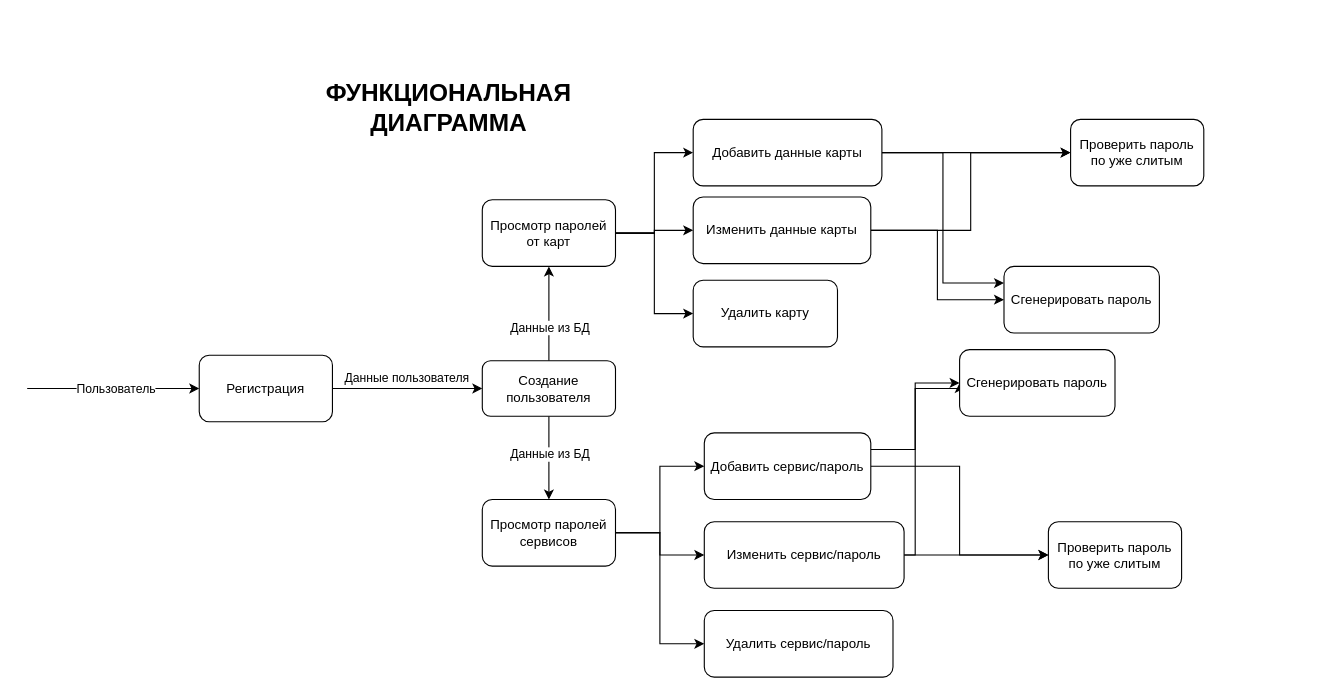
Above: функциональная.drawio in 4aRm5/password_manager_app (draw.io), before the change. Source tidied: cells renumbered, new cells numbered last; positions are measured from the earlier drawing's top-left corner, leaving out a move shared by most shapes. Both pictures are drawn from the tidied source at 111%, with x=0, y=0 at pixel (27, 19).
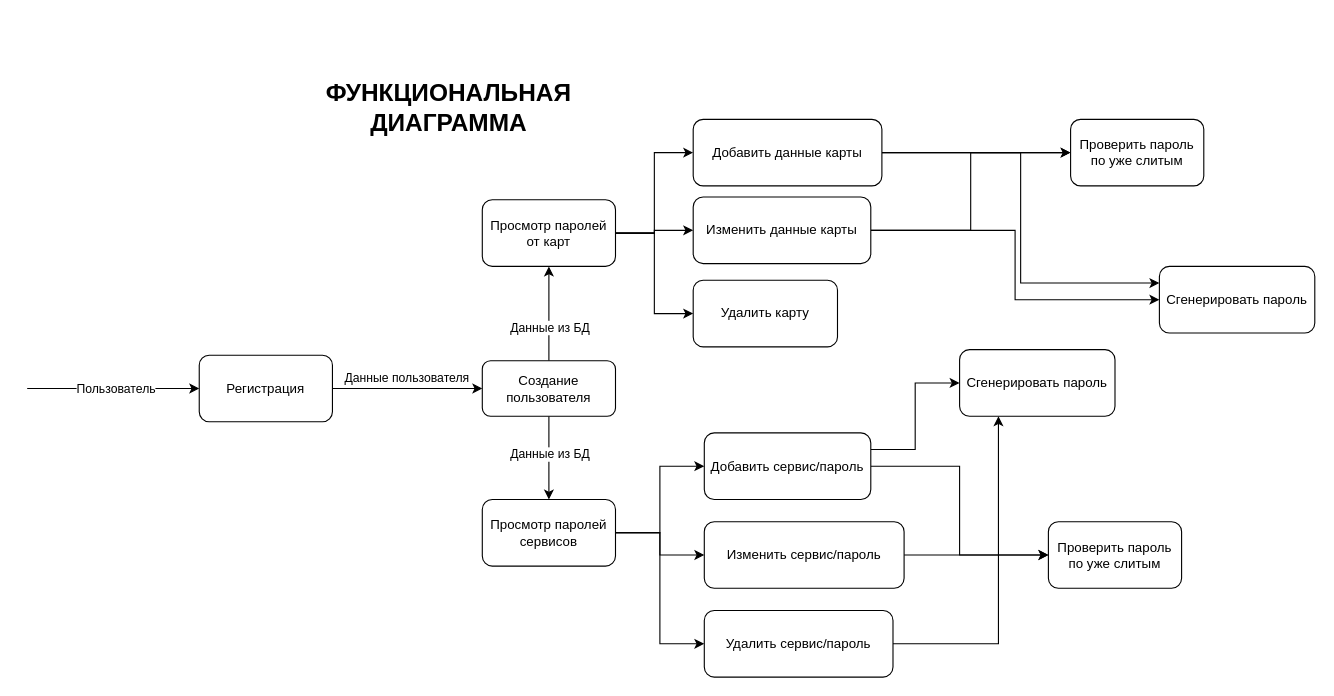
After the change.

Commit message (it also covers changes not shown here):
Перезалив диаграмм

Unchanged cells that the change refers to:
```xml
<mxCell id="29" value="Изменить сервис/пароль" style="rounded=1;whiteSpace=wrap;html=1;" parent="1" vertex="1">
  <mxGeometry x="610" y="452.5" width="180" height="60" as="geometry" />
</mxCell>
<mxCell id="31" value="Удалить сервис/пароль" style="rounded=1;whiteSpace=wrap;html=1;" parent="1" vertex="1">
  <mxGeometry x="610" y="532.5" width="170" height="60" as="geometry" />
</mxCell>
<mxCell id="38" value="Сгенерировать пароль" style="rounded=1;whiteSpace=wrap;html=1;" parent="1" vertex="1">
  <mxGeometry x="840" y="297.5" width="140" height="60" as="geometry" />
</mxCell>
```

The edit, as a diff of the source:
```diff
@@
-    <mxCell id="28" style="edgeStyle=orthogonalEdgeStyle;rounded=0;jettySize=auto;html=1;entryX=0;entryY=0.5;entryDx=0;entryDy=0;" parent="1" edge="1" source="29" target="38">
-      <mxGeometry relative="1" as="geometry">
-        <Array as="points">
-          <mxPoint x="800" y="482.5" />
-          <mxPoint x="800" y="332.5" />
-        </Array>
-      </mxGeometry>
-    </mxCell>
@@
+    <mxCell id="39" style="edgeStyle=orthogonalEdgeStyle;rounded=0;jettySize=auto;html=1;entryX=0.25;entryY=1;entryDx=0;entryDy=0;" parent="1" edge="1" source="31" target="38">
+      <mxGeometry relative="1" as="geometry" />
+    </mxCell>
@@
     <mxCell id="37" value="Сгенерировать пароль" style="rounded=1;whiteSpace=wrap;html=1;" parent="1" vertex="1">
-      <mxGeometry x="880" y="222.5" width="140" height="60" as="geometry" />
+      <mxGeometry x="1020" y="222.5" width="140" height="60" as="geometry" />
     </mxCell>
```
